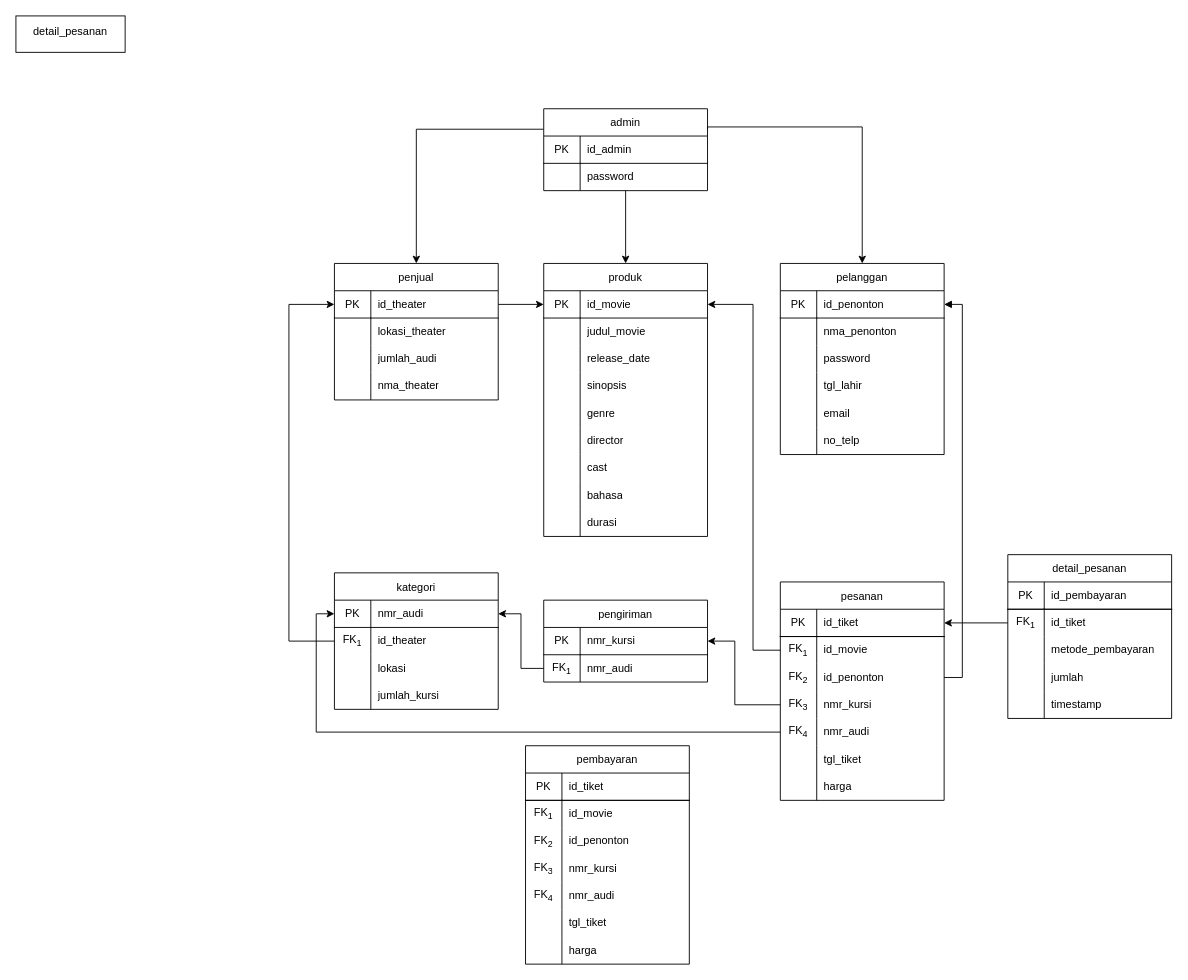
Before: e-commerce_cdm.drawio in vinnnna/sistem-basis-data, a draw.io diagram. Source tidied: cells renumbered, new cells numbered last; positions are measured from the earlier drawing's top-left corner, leaving out a move shared by most shapes. Both pictures are drawn from the tidied source at 91%, with x=0, y=0 at pixel (15, 15).
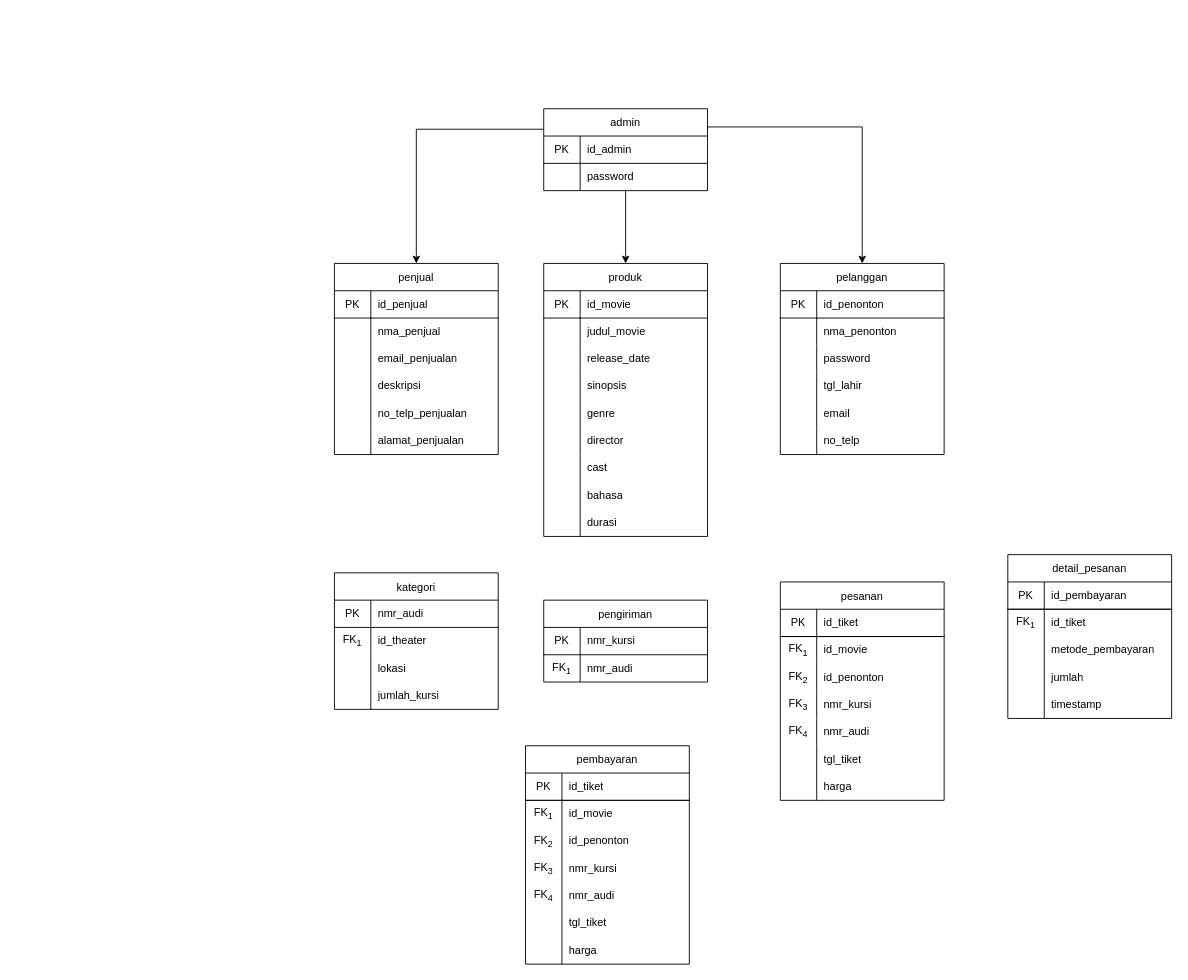
Above is the later version.

The change refers to these unchanged cells:
```xml
<mxCell id="3" style="shape=tableRow;horizontal=0;startSize=0;swimlaneHead=0;swimlaneBody=0;top=0;left=0;bottom=0;right=0;fillColor=none;points=[[0,0.5],[1,0.5]];portConstraint=eastwest;strokeColor=inherit;fontSize=12;" parent="2" vertex="1">
  <mxGeometry y="30" width="180" height="30" as="geometry" />
</mxCell>
<mxCell id="6" style="shape=tableRow;horizontal=0;startSize=0;swimlaneHead=0;swimlaneBody=0;top=0;left=0;bottom=0;right=0;fillColor=none;strokeColor=inherit;fontSize=12;" parent="2" vertex="1">
  <mxGeometry y="60" width="180" height="30" as="geometry" />
</mxCell>
<mxCell id="9" style="shape=tableRow;horizontal=0;startSize=0;swimlaneHead=0;swimlaneBody=0;top=0;left=0;bottom=0;right=0;fillColor=none;strokeColor=inherit;fontSize=12;" parent="2" vertex="1">
  <mxGeometry y="90" width="180" height="30" as="geometry" />
</mxCell>
<mxCell id="12" style="shape=tableRow;horizontal=0;startSize=0;swimlaneHead=0;swimlaneBody=0;top=0;left=0;bottom=0;right=0;fillColor=none;strokeColor=inherit;fontSize=12;" parent="2" vertex="1">
  <mxGeometry y="120" width="180" height="30" as="geometry" />
</mxCell>
<mxCell id="16" style="shape=tableRow;horizontal=0;startSize=0;swimlaneHead=0;swimlaneBody=0;top=0;left=0;bottom=0;right=0;fillColor=none;points=[[0,0.5],[1,0.5]];portConstraint=eastwest;strokeColor=inherit;fontSize=12;" parent="15" vertex="1">
  <mxGeometry y="30" width="180" height="30" as="geometry" />
</mxCell>
<mxCell id="44" style="shape=tableRow;horizontal=0;startSize=0;swimlaneHead=0;swimlaneBody=0;top=0;left=0;bottom=0;right=0;fillColor=none;points=[[0,0.5],[1,0.5]];portConstraint=eastwest;strokeColor=inherit;fontSize=12;" parent="43" vertex="1">
  <mxGeometry y="30" width="180" height="30" as="geometry" />
</mxCell>
<mxCell id="47" style="shape=tableRow;horizontal=0;startSize=0;swimlaneHead=0;swimlaneBody=0;top=0;left=0;bottom=0;right=0;fillColor=none;points=[[0,0.5],[1,0.5]];portConstraint=eastwest;strokeColor=inherit;fontSize=12;" parent="43" vertex="1">
  <mxGeometry y="60" width="180" height="30" as="geometry" />
</mxCell>
<mxCell id="50" style="shape=tableRow;horizontal=0;startSize=0;swimlaneHead=0;swimlaneBody=0;top=0;left=0;bottom=0;right=0;fillColor=none;points=[[0,0.5],[1,0.5]];portConstraint=eastwest;strokeColor=inherit;fontSize=12;" parent="43" vertex="1">
  <mxGeometry y="90" width="180" height="30" as="geometry" />
</mxCell>
<mxCell id="53" style="shape=tableRow;horizontal=0;startSize=0;swimlaneHead=0;swimlaneBody=0;top=0;left=0;bottom=0;right=0;fillColor=none;points=[[0,0.5],[1,0.5]];portConstraint=eastwest;strokeColor=inherit;fontSize=12;" parent="43" vertex="1">
  <mxGeometry y="120" width="180" height="30" as="geometry" />
</mxCell>
<mxCell id="56" style="shape=tableRow;horizontal=0;startSize=0;swimlaneHead=0;swimlaneBody=0;top=0;left=0;bottom=0;right=0;fillColor=none;points=[[0,0.5],[1,0.5]];portConstraint=eastwest;strokeColor=inherit;fontSize=12;" parent="43" vertex="1">
  <mxGeometry y="150" width="180" height="30" as="geometry" />
</mxCell>
<mxCell id="69" style="shape=tableRow;horizontal=0;startSize=0;swimlaneHead=0;swimlaneBody=0;top=0;left=0;bottom=0;right=0;fillColor=none;points=[[0,0.5],[1,0.5]];portConstraint=eastwest;strokeColor=inherit;fontSize=12;" parent="65" vertex="1">
  <mxGeometry y="60" width="180" height="30" as="geometry" />
</mxCell>
<mxCell id="82" style="shape=tableRow;horizontal=0;startSize=0;swimlaneHead=0;swimlaneBody=0;top=0;left=0;bottom=0;right=0;fillColor=none;points=[[0,0.5],[1,0.5]];portConstraint=eastwest;strokeColor=inherit;fontSize=12;" parent="81" vertex="1">
  <mxGeometry y="30" width="180" height="30" as="geometry" />
</mxCell>
<mxCell id="110" style="shape=tableRow;horizontal=0;startSize=0;swimlaneHead=0;swimlaneBody=0;top=0;left=0;bottom=0;right=0;fillColor=none;points=[[0,0.5],[1,0.5]];portConstraint=eastwest;strokeColor=inherit;fontSize=12;" parent="109" vertex="1">
  <mxGeometry y="30" width="180" height="30" as="geometry" />
</mxCell>
<mxCell id="113" style="shape=tableRow;horizontal=0;startSize=0;swimlaneHead=0;swimlaneBody=0;top=0;left=0;bottom=0;right=0;fillColor=none;points=[[0,0.5],[1,0.5]];portConstraint=eastwest;strokeColor=inherit;fontSize=12;" parent="109" vertex="1">
  <mxGeometry y="60" width="180" height="30" as="geometry" />
</mxCell>
<mxCell id="123" style="shape=tableRow;horizontal=0;startSize=0;swimlaneHead=0;swimlaneBody=0;top=0;left=0;bottom=0;right=0;fillColor=none;points=[[0,0.5],[1,0.5]];portConstraint=eastwest;strokeColor=inherit;fontSize=12;" parent="122" vertex="1">
  <mxGeometry y="30" width="180" height="30" as="geometry" />
</mxCell>
<mxCell id="126" style="shape=tableRow;horizontal=0;startSize=0;swimlaneHead=0;swimlaneBody=0;top=0;left=0;bottom=0;right=0;fillColor=none;points=[[0,0.5],[1,0.5]];portConstraint=eastwest;strokeColor=inherit;fontSize=12;" parent="122" vertex="1">
  <mxGeometry y="60" width="180" height="30" as="geometry" />
</mxCell>
```

Diff of the diagram source:
```diff
@@
     <mxCell id="2" value="penjual" style="shape=table;startSize=30;childLayout=tableLayout;rowLines=0;fontStyle=0;strokeColor=default;fontSize=12;" parent="1" vertex="1">
-      <mxGeometry x="350" y="272" width="180" height="150" as="geometry" />
+      <mxGeometry x="350" y="272" width="180" height="210" as="geometry" />
     </mxCell>
@@
-    <mxCell id="5" value="id_theater" style="shape=partialRectangle;html=1;whiteSpace=wrap;fillColor=none;top=0;left=0;bottom=1;right=0;align=left;spacingLeft=6;overflow=hidden;strokeColor=inherit;fontSize=12;strokeWidth=1;" parent="3" vertex="1">
+    <mxCell id="5" value="id_penjual" style="shape=partialRectangle;html=1;whiteSpace=wrap;fillColor=none;top=0;left=0;bottom=1;right=0;align=left;spacingLeft=6;overflow=hidden;strokeColor=inherit;fontSize=12;strokeWidth=1;" parent="3" vertex="1">
       <mxGeometry x="40" width="140" height="30" as="geometry" />
     </mxCell>
@@
-    <mxCell id="8" value="lokasi_theater" style="shape=partialRectangle;html=1;whiteSpace=wrap;fillColor=none;top=0;left=0;bottom=0;right=0;align=left;spacingLeft=6;overflow=hidden;strokeColor=inherit;fontSize=12;" parent="6" vertex="1">
+    <mxCell id="8" value="nma_penjual" style="shape=partialRectangle;html=1;whiteSpace=wrap;fillColor=none;top=0;left=0;bottom=0;right=0;align=left;spacingLeft=6;overflow=hidden;strokeColor=inherit;fontSize=12;" parent="6" vertex="1">
       <mxGeometry x="40" width="140" height="30" as="geometry" />
     </mxCell>
@@
-    <mxCell id="11" value="jumlah_audi" style="shape=partialRectangle;html=1;whiteSpace=wrap;fillColor=none;top=0;left=0;bottom=0;right=0;align=left;spacingLeft=6;overflow=hidden;strokeColor=inherit;fontSize=12;" parent="9" vertex="1">
+    <mxCell id="11" value="email_penjualan" style="shape=partialRectangle;html=1;whiteSpace=wrap;fillColor=none;top=0;left=0;bottom=0;right=0;align=left;spacingLeft=6;overflow=hidden;strokeColor=inherit;fontSize=12;" parent="9" vertex="1">
       <mxGeometry x="40" width="140" height="30" as="geometry" />
     </mxCell>
@@
-    <mxCell id="14" value="nma_theater" style="shape=partialRectangle;html=1;whiteSpace=wrap;fillColor=none;top=0;left=0;bottom=0;right=0;align=left;spacingLeft=6;overflow=hidden;strokeColor=inherit;fontSize=12;" parent="12" vertex="1">
+    <mxCell id="14" value="deskripsi" style="shape=partialRectangle;html=1;whiteSpace=wrap;fillColor=none;top=0;left=0;bottom=0;right=0;align=left;spacingLeft=6;overflow=hidden;strokeColor=inherit;fontSize=12;" parent="12" vertex="1">
       <mxGeometry x="40" width="140" height="30" as="geometry" />
     </mxCell>
+    <mxCell id="161" style="shape=tableRow;horizontal=0;startSize=0;swimlaneHead=0;swimlaneBody=0;top=0;left=0;bottom=0;right=0;fillColor=none;strokeColor=inherit;fontSize=12;" parent="2" vertex="1">
+      <mxGeometry y="150" width="180" height="30" as="geometry" />
+    </mxCell>
+    <mxCell id="162" style="shape=partialRectangle;html=1;whiteSpace=wrap;fillColor=none;top=0;left=0;bottom=0;right=0;overflow=hidden;strokeColor=inherit;fontSize=12;" parent="161" vertex="1">
+      <mxGeometry width="40" height="30" as="geometry" />
+    </mxCell>
+    <mxCell id="163" value="no_telp_penjualan" style="shape=partialRectangle;html=1;whiteSpace=wrap;fillColor=none;top=0;left=0;bottom=0;right=0;align=left;spacingLeft=6;overflow=hidden;strokeColor=inherit;fontSize=12;" parent="161" vertex="1">
+      <mxGeometry x="40" width="140" height="30" as="geometry" />
+    </mxCell>
+    <mxCell id="164" style="shape=tableRow;horizontal=0;startSize=0;swimlaneHead=0;swimlaneBody=0;top=0;left=0;bottom=0;right=0;fillColor=none;strokeColor=inherit;fontSize=12;" parent="2" vertex="1">
+      <mxGeometry y="180" width="180" height="30" as="geometry" />
+    </mxCell>
+    <mxCell id="165" style="shape=partialRectangle;html=1;whiteSpace=wrap;fillColor=none;top=0;left=0;bottom=0;right=0;overflow=hidden;strokeColor=inherit;fontSize=12;" parent="164" vertex="1">
+      <mxGeometry width="40" height="30" as="geometry" />
+    </mxCell>
+    <mxCell id="166" value="alamat_penjualan" style="shape=partialRectangle;html=1;whiteSpace=wrap;fillColor=none;top=0;left=0;bottom=0;right=0;align=left;spacingLeft=6;overflow=hidden;strokeColor=inherit;fontSize=12;" parent="164" vertex="1">
+      <mxGeometry x="40" width="140" height="30" as="geometry" />
+    </mxCell>
@@
-    <mxCell id="129" style="edgeStyle=orthogonalEdgeStyle;rounded=0;jettySize=auto;html=1;exitX=1;exitY=0.5;exitDx=0;exitDy=0;entryX=0;entryY=0.5;entryDx=0;entryDy=0;" parent="1" edge="1" source="3" target="16">
-      <mxGeometry relative="1" as="geometry" />
-    </mxCell>
-    <mxCell id="130" style="edgeStyle=orthogonalEdgeStyle;rounded=0;jettySize=auto;html=1;exitX=1;exitY=0.5;exitDx=0;exitDy=0;entryX=1;entryY=0.5;entryDx=0;entryDy=0;startArrow=block;startFill=1;endArrow=none;endFill=0;" parent="1" edge="1" source="82" target="50">
-      <mxGeometry relative="1" as="geometry" />
-    </mxCell>
-    <mxCell id="131" style="edgeStyle=orthogonalEdgeStyle;rounded=0;jettySize=auto;html=1;exitX=0;exitY=0.5;exitDx=0;exitDy=0;entryX=1;entryY=0.5;entryDx=0;entryDy=0;" parent="1" edge="1" source="47" target="16">
-      <mxGeometry relative="1" as="geometry">
-        <Array as="points">
-          <mxPoint x="810" y="697" />
-          <mxPoint x="810" y="317" />
-        </Array>
-      </mxGeometry>
-    </mxCell>
-    <mxCell id="132" style="edgeStyle=orthogonalEdgeStyle;rounded=0;jettySize=auto;html=1;exitX=0;exitY=0.5;exitDx=0;exitDy=0;entryX=1;entryY=0.5;entryDx=0;entryDy=0;" parent="1" edge="1" source="69" target="44">
-      <mxGeometry relative="1" as="geometry" />
-    </mxCell>
-    <mxCell id="133" style="edgeStyle=orthogonalEdgeStyle;rounded=0;jettySize=auto;html=1;exitX=0;exitY=0.5;exitDx=0;exitDy=0;entryX=1;entryY=0.5;entryDx=0;entryDy=0;" parent="1" edge="1" source="53" target="123">
-      <mxGeometry relative="1" as="geometry">
-        <Array as="points">
-          <mxPoint x="790" y="757" />
-          <mxPoint x="790" y="687" />
-        </Array>
-      </mxGeometry>
-    </mxCell>
-    <mxCell id="134" style="edgeStyle=orthogonalEdgeStyle;rounded=0;jettySize=auto;html=1;exitX=0;exitY=0.5;exitDx=0;exitDy=0;entryX=0;entryY=0.5;entryDx=0;entryDy=0;" parent="1" edge="1" source="56" target="110">
-      <mxGeometry relative="1" as="geometry" />
-    </mxCell>
@@
-    <mxCell id="136" style="edgeStyle=orthogonalEdgeStyle;rounded=0;jettySize=auto;html=1;exitX=0;exitY=0.5;exitDx=0;exitDy=0;entryX=0;entryY=0.5;entryDx=0;entryDy=0;" parent="1" edge="1" source="113" target="3">
-      <mxGeometry relative="1" as="geometry">
-        <Array as="points">
-          <mxPoint x="300" y="687" />
-          <mxPoint x="300" y="317" />
-        </Array>
-      </mxGeometry>
-    </mxCell>
-    <mxCell id="137" style="edgeStyle=orthogonalEdgeStyle;rounded=0;jettySize=auto;html=1;exitX=0;exitY=0.5;exitDx=0;exitDy=0;entryX=1;entryY=0.5;entryDx=0;entryDy=0;" parent="1" edge="1" source="126" target="110">
-      <mxGeometry relative="1" as="geometry" />
-    </mxCell>
-    <mxCell id="138" value="detail_pesanan" style="whiteSpace=wrap;html=1;shadow=0;strokeWidth=1;spacing=6;spacingTop=-4;" parent="1" vertex="1">
-      <mxGeometry width="120" height="40" as="geometry" />
-    </mxCell>
```
